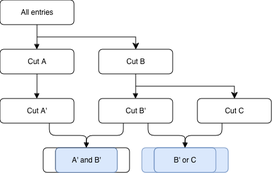
Before: cutflow.drawio.png, a diagram exported from draw.io (taehyounpark/draw-io-diagrams). Source tidied: cells renumbered, new cells last; positions are measured from the earlier drawing's top-left corner, leaving out a move shared by most shapes. Its diagram source:
```xml
<mxGraphModel>
  <root>
    <mxCell id="0" />
    <mxCell id="1" parent="0" />
    <mxCell id="2" value="All entries" style="rounded=1;whiteSpace=wrap;html=1;" parent="1" vertex="1">
      <mxGeometry width="120" height="40" as="geometry" />
    </mxCell>
    <mxCell id="3" value="Cut A" style="rounded=1;whiteSpace=wrap;html=1;" parent="1" vertex="1">
      <mxGeometry y="80" width="120" height="40" as="geometry" />
    </mxCell>
    <mxCell id="4" value="Cut B" style="rounded=1;whiteSpace=wrap;html=1;" parent="1" vertex="1">
      <mxGeometry x="160" y="80" width="120" height="40" as="geometry" />
    </mxCell>
    <mxCell id="5" value="Cut A'" style="rounded=1;whiteSpace=wrap;html=1;" parent="1" vertex="1">
      <mxGeometry y="160" width="120" height="40" as="geometry" />
    </mxCell>
    <mxCell id="6" value="Cut B'" style="rounded=1;whiteSpace=wrap;html=1;" parent="1" vertex="1">
      <mxGeometry x="160" y="160" width="120" height="40" as="geometry" />
    </mxCell>
    <mxCell id="7" value="Cut C" style="rounded=1;whiteSpace=wrap;html=1;" parent="1" vertex="1">
      <mxGeometry x="320" y="160" width="120" height="40" as="geometry" />
    </mxCell>
    <mxCell id="8" style="rounded=1;whiteSpace=wrap;html=1;fillColor=none;" parent="1" vertex="1">
      <mxGeometry x="70" y="240" width="120" height="40" as="geometry" />
    </mxCell>
    <mxCell id="9" style="rounded=1;whiteSpace=wrap;html=1;fillColor=none;" parent="1" vertex="1">
      <mxGeometry x="90" y="240" width="120" height="40" as="geometry" />
    </mxCell>
    <mxCell id="10" style="shape=curlyBracket;whiteSpace=wrap;html=1;rounded=1;flipH=1;labelPosition=right;verticalLabelPosition=middle;align=left;verticalAlign=middle;rotation=90;" parent="1" vertex="1">
      <mxGeometry x="120" y="160" width="40" height="120" as="geometry" />
    </mxCell>
    <mxCell id="11" style="rounded=1;whiteSpace=wrap;html=1;fillColor=#dae8fc;strokeColor=#6c8ebf;" parent="1" vertex="1">
      <mxGeometry x="230" y="240" width="120" height="40" as="geometry" />
    </mxCell>
    <mxCell id="12" value="A' and B'" style="rounded=1;whiteSpace=wrap;html=1;fillColor=#dae8fc;strokeColor=#6c8ebf;fillStyle=solid;" parent="1" vertex="1">
      <mxGeometry x="90" y="240" width="100" height="40" as="geometry" />
    </mxCell>
    <mxCell id="13" style="rounded=1;whiteSpace=wrap;html=1;fillColor=#dae8fc;strokeColor=#6c8ebf;" parent="1" vertex="1">
      <mxGeometry x="250" y="240" width="120" height="40" as="geometry" />
    </mxCell>
    <mxCell id="14" style="shape=curlyBracket;whiteSpace=wrap;html=1;rounded=1;flipH=1;labelPosition=right;verticalLabelPosition=middle;align=left;verticalAlign=middle;rotation=90;" parent="1" vertex="1">
      <mxGeometry x="280" y="160" width="40" height="120" as="geometry" />
    </mxCell>
    <mxCell id="15" value="B' or C" style="rounded=1;whiteSpace=wrap;html=1;fillColor=#dae8fc;strokeColor=#6c8ebf;fillStyle=solid;" parent="1" vertex="1">
      <mxGeometry x="250" y="240" width="100" height="40" as="geometry" />
    </mxCell>
    <mxCell id="16" style="endArrow=block;html=1;rounded=0;endFill=1;" parent="1" edge="1">
      <mxGeometry relative="1" as="geometry">
        <mxPoint x="59.5" y="40" as="sourcePoint" />
        <mxPoint x="59.5" y="80" as="targetPoint" />
      </mxGeometry>
    </mxCell>
    <mxCell id="17" style="endArrow=block;html=1;rounded=0;endFill=1;" parent="1" edge="1">
      <mxGeometry relative="1" as="geometry">
        <mxPoint x="59.5" y="120" as="sourcePoint" />
        <mxPoint x="59.5" y="160" as="targetPoint" />
      </mxGeometry>
    </mxCell>
    <mxCell id="18" style="endArrow=block;html=1;rounded=0;endFill=1;" parent="1" edge="1">
      <mxGeometry relative="1" as="geometry">
        <mxPoint x="219.5" y="120" as="sourcePoint" />
        <mxPoint x="219.5" y="160" as="targetPoint" />
      </mxGeometry>
    </mxCell>
    <mxCell id="19" style="endArrow=block;html=1;rounded=0;endFill=1;" parent="1" edge="1">
      <mxGeometry relative="1" as="geometry">
        <mxPoint x="300" y="230" as="sourcePoint" />
        <mxPoint x="299.7" y="240" as="targetPoint" />
      </mxGeometry>
    </mxCell>
    <mxCell id="20" style="endArrow=block;html=1;rounded=0;endFill=1;" parent="1" edge="1">
      <mxGeometry relative="1" as="geometry">
        <mxPoint x="140" y="230" as="sourcePoint" />
        <mxPoint x="139.7" y="240" as="targetPoint" />
      </mxGeometry>
    </mxCell>
    <mxCell id="21" style="edgeStyle=segmentEdgeStyle;endArrow=classic;html=1;curved=0;rounded=0;endSize=8;startSize=8;entryX=0.5;entryY=0;entryDx=0;entryDy=0;" parent="1" edge="1" target="4">
      <mxGeometry relative="1" as="geometry">
        <mxPoint x="60" y="60" as="sourcePoint" />
      </mxGeometry>
    </mxCell>
    <mxCell id="22" style="edgeStyle=segmentEdgeStyle;endArrow=classic;html=1;curved=0;rounded=0;endSize=8;startSize=8;entryX=0.5;entryY=0;entryDx=0;entryDy=0;" parent="1" edge="1">
      <mxGeometry relative="1" as="geometry">
        <mxPoint x="220" y="140" as="sourcePoint" />
        <mxPoint x="380" y="160" as="targetPoint" />
      </mxGeometry>
    </mxCell>
  </root>
</mxGraphModel>
```
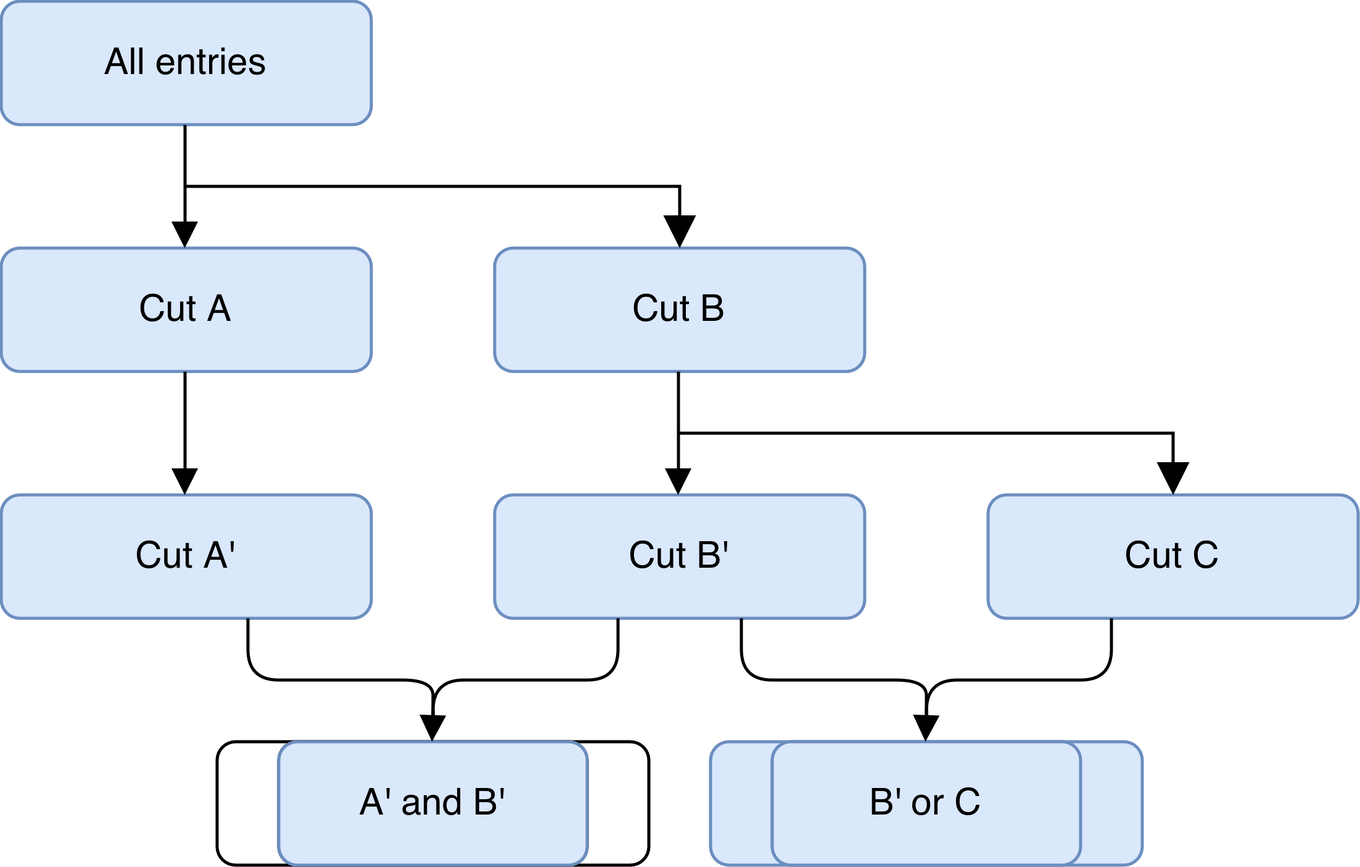
After the commit.

What changed in the source:
```diff
@@ -2,22 +2,22 @@
   <root>
     <mxCell id="0" />
     <mxCell id="1" parent="0" />
-    <mxCell id="2" value="All entries" style="rounded=1;whiteSpace=wrap;html=1;" parent="1" vertex="1">
+    <mxCell id="2" value="All entries" style="rounded=1;whiteSpace=wrap;html=1;fillColor=#dae8fc;strokeColor=#6c8ebf;" parent="1" vertex="1">
       <mxGeometry width="120" height="40" as="geometry" />
     </mxCell>
-    <mxCell id="3" value="Cut A" style="rounded=1;whiteSpace=wrap;html=1;" parent="1" vertex="1">
+    <mxCell id="3" value="Cut A" style="rounded=1;whiteSpace=wrap;html=1;fillColor=#dae8fc;strokeColor=#6c8ebf;" parent="1" vertex="1">
       <mxGeometry y="80" width="120" height="40" as="geometry" />
     </mxCell>
-    <mxCell id="4" value="Cut B" style="rounded=1;whiteSpace=wrap;html=1;" parent="1" vertex="1">
+    <mxCell id="4" value="Cut B" style="rounded=1;whiteSpace=wrap;html=1;fillColor=#dae8fc;strokeColor=#6c8ebf;" parent="1" vertex="1">
       <mxGeometry x="160" y="80" width="120" height="40" as="geometry" />
     </mxCell>
-    <mxCell id="5" value="Cut A'" style="rounded=1;whiteSpace=wrap;html=1;" parent="1" vertex="1">
+    <mxCell id="5" value="Cut A'" style="rounded=1;whiteSpace=wrap;html=1;fillColor=#dae8fc;strokeColor=#6c8ebf;" parent="1" vertex="1">
       <mxGeometry y="160" width="120" height="40" as="geometry" />
     </mxCell>
-    <mxCell id="6" value="Cut B'" style="rounded=1;whiteSpace=wrap;html=1;" parent="1" vertex="1">
+    <mxCell id="6" value="Cut B'" style="rounded=1;whiteSpace=wrap;html=1;fillColor=#dae8fc;strokeColor=#6c8ebf;" parent="1" vertex="1">
       <mxGeometry x="160" y="160" width="120" height="40" as="geometry" />
     </mxCell>
-    <mxCell id="7" value="Cut C" style="rounded=1;whiteSpace=wrap;html=1;" parent="1" vertex="1">
+    <mxCell id="7" value="Cut C" style="rounded=1;whiteSpace=wrap;html=1;fillColor=#dae8fc;strokeColor=#6c8ebf;" parent="1" vertex="1">
       <mxGeometry x="320" y="160" width="120" height="40" as="geometry" />
     </mxCell>
     <mxCell id="8" style="rounded=1;whiteSpace=wrap;html=1;fillColor=none;" parent="1" vertex="1">
@@ -74,12 +74,12 @@
         <mxPoint x="139.7" y="240" as="targetPoint" />
       </mxGeometry>
     </mxCell>
-    <mxCell id="21" style="edgeStyle=segmentEdgeStyle;endArrow=classic;html=1;curved=0;rounded=0;endSize=8;startSize=8;entryX=0.5;entryY=0;entryDx=0;entryDy=0;" parent="1" edge="1" target="4">
+    <mxCell id="21" style="edgeStyle=segmentEdgeStyle;endArrow=block;html=1;curved=0;rounded=0;endSize=8;startSize=8;entryX=0.5;entryY=0;entryDx=0;entryDy=0;endFill=1;" parent="1" edge="1" target="4">
       <mxGeometry relative="1" as="geometry">
         <mxPoint x="60" y="60" as="sourcePoint" />
       </mxGeometry>
     </mxCell>
-    <mxCell id="22" style="edgeStyle=segmentEdgeStyle;endArrow=classic;html=1;curved=0;rounded=0;endSize=8;startSize=8;entryX=0.5;entryY=0;entryDx=0;entryDy=0;" parent="1" edge="1">
+    <mxCell id="22" style="edgeStyle=segmentEdgeStyle;endArrow=block;html=1;curved=0;rounded=0;endSize=8;startSize=8;entryX=0.5;entryY=0;entryDx=0;entryDy=0;endFill=1;" parent="1" edge="1">
       <mxGeometry relative="1" as="geometry">
         <mxPoint x="220" y="140" as="sourcePoint" />
         <mxPoint x="380" y="160" as="targetPoint" />
```
